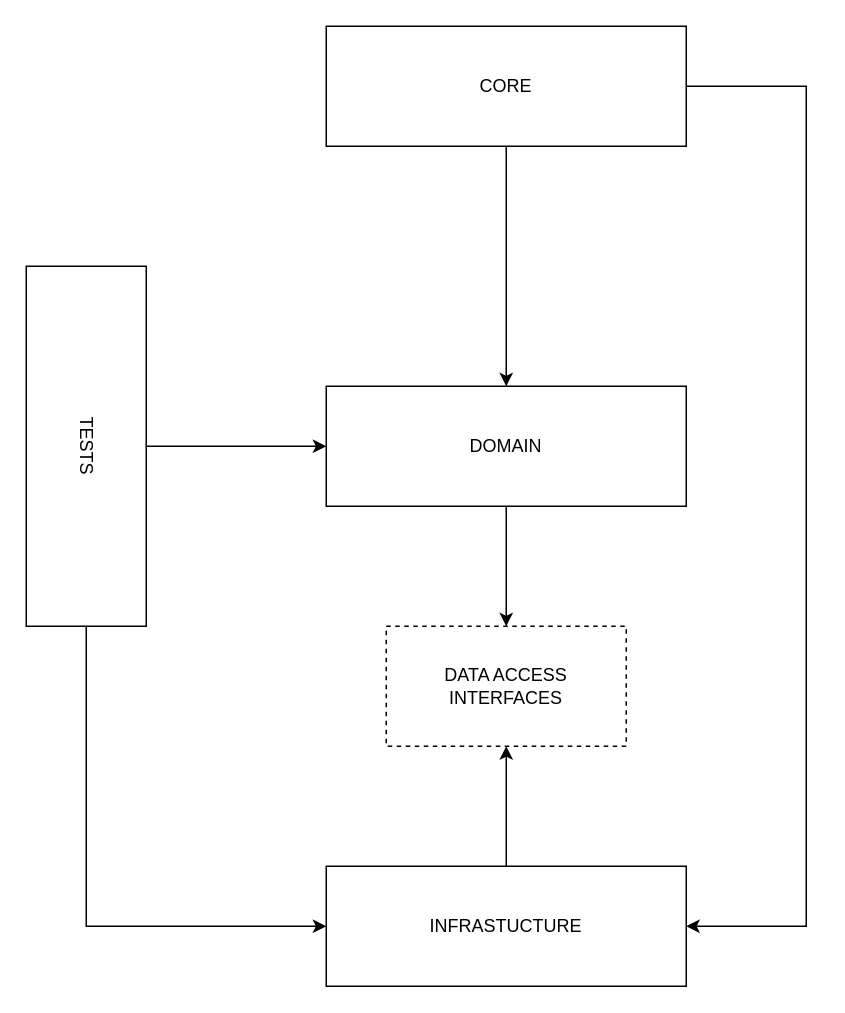
alexey-andriyanenko/maritime-cargo-transportation keeps this draw.io diagram as Docs/architecture.drawio. Above is the earlier version. Source tidied: cells renumbered, new cells numbered last; positions are measured from the earlier drawing's top-left corner, leaving out a move shared by most shapes. Both pictures are drawn from the tidied source at 150%, with x=0, y=0 at pixel (-94, 26).
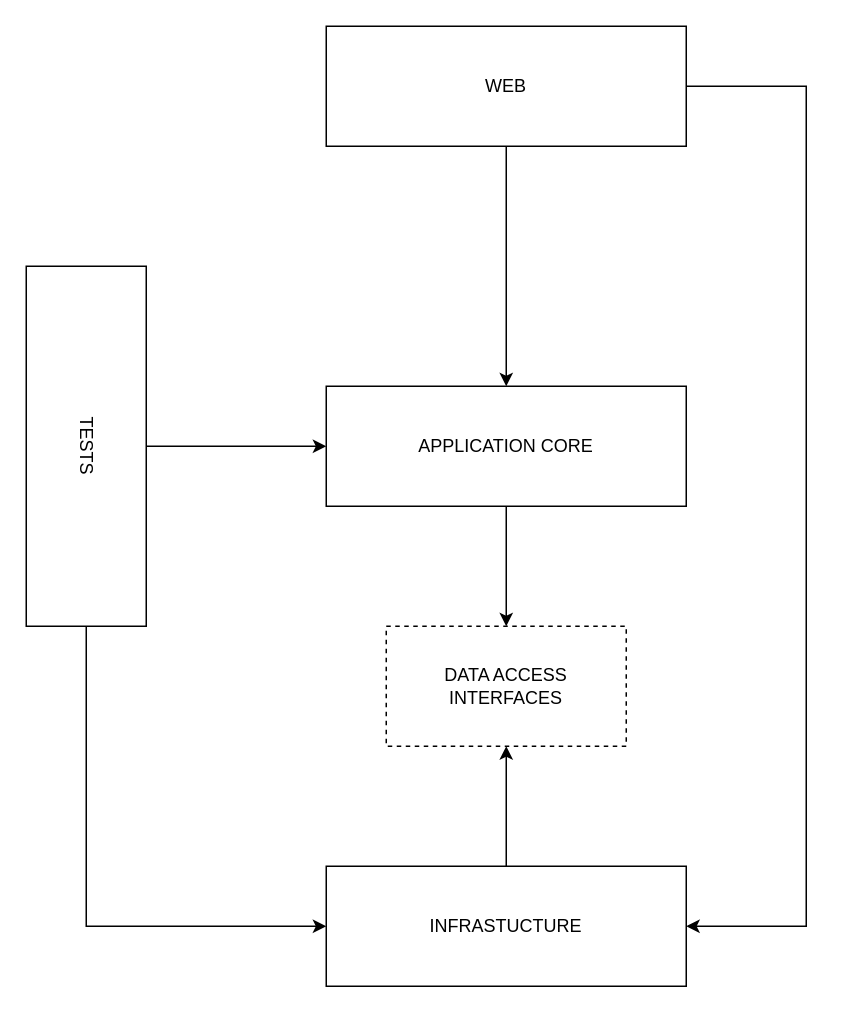
After the change.

Commit message (it also covers changes not shown here):
docs: update architecture diagram

The edit, as a diff of the source:
```diff
@@
 <mxGraphModel>
   <root>
     <mxCell id="0" />
     <mxCell id="1" parent="0" />
     <mxCell id="2" style="edgeStyle=orthogonalEdgeStyle;rounded=0;jettySize=auto;html=1;entryX=0.5;entryY=0;entryDx=0;entryDy=0;" parent="1" edge="1" source="4" target="6">
       <mxGeometry relative="1" as="geometry" />
     </mxCell>
     <mxCell id="3" style="edgeStyle=orthogonalEdgeStyle;rounded=0;jettySize=auto;html=1;entryX=1;entryY=0.5;entryDx=0;entryDy=0;" parent="1" edge="1" source="4" target="8">
       <mxGeometry relative="1" as="geometry">
         <Array as="points">
           <mxPoint x="600" y="40" />
           <mxPoint x="600" y="600" />
         </Array>
       </mxGeometry>
     </mxCell>
-    <mxCell id="4" value="CORE" style="rounded=0;whiteSpace=wrap;html=1;" parent="1" vertex="1">
+    <mxCell id="4" value="WEB" style="rounded=0;whiteSpace=wrap;html=1;" parent="1" vertex="1">
       <mxGeometry x="280" width="240" height="80" as="geometry" />
     </mxCell>
     <mxCell id="5" style="edgeStyle=orthogonalEdgeStyle;rounded=0;jettySize=auto;html=1;entryX=0.5;entryY=0;entryDx=0;entryDy=0;" parent="1" edge="1" source="6" target="12">
       <mxGeometry relative="1" as="geometry" />
     </mxCell>
-    <mxCell id="6" value="DOMAIN" style="rounded=0;whiteSpace=wrap;html=1;" parent="1" vertex="1">
+    <mxCell id="6" value="APPLICATION CORE" style="rounded=0;whiteSpace=wrap;html=1;" parent="1" vertex="1">
       <mxGeometry x="280" y="240" width="240" height="80" as="geometry" />
     </mxCell>
     <mxCell id="7" style="edgeStyle=orthogonalEdgeStyle;rounded=0;jettySize=auto;html=1;entryX=0.5;entryY=1;entryDx=0;entryDy=0;" parent="1" edge="1" source="8" target="12">
       <mxGeometry relative="1" as="geometry" />
     </mxCell>
     <mxCell id="8" value="INFRASTUCTURE" style="rounded=0;whiteSpace=wrap;html=1;" parent="1" vertex="1">
       <mxGeometry x="280" y="560" width="240" height="80" as="geometry" />
     </mxCell>
     <mxCell id="9" style="edgeStyle=orthogonalEdgeStyle;rounded=0;jettySize=auto;html=1;entryX=0;entryY=0.5;entryDx=0;entryDy=0;" parent="1" edge="1" source="11" target="6">
       <mxGeometry relative="1" as="geometry" />
     </mxCell>
     <mxCell id="10" style="edgeStyle=orthogonalEdgeStyle;rounded=0;jettySize=auto;html=1;entryX=0;entryY=0.5;entryDx=0;entryDy=0;" parent="1" edge="1" source="11" target="8">
       <mxGeometry relative="1" as="geometry">
         <Array as="points">
           <mxPoint x="120" y="600" />
         </Array>
       </mxGeometry>
     </mxCell>
     <mxCell id="11" value="TESTS" style="rounded=0;whiteSpace=wrap;html=1;rotation=90;" parent="1" vertex="1">
       <mxGeometry y="240" width="240" height="80" as="geometry" />
     </mxCell>
     <mxCell id="12" value="DATA ACCESS INTERFACES" style="rounded=0;whiteSpace=wrap;html=1;dashed=1;" parent="1" vertex="1">
       <mxGeometry x="320" y="400" width="160" height="80" as="geometry" />
     </mxCell>
   </root>
 </mxGraphModel>
```
